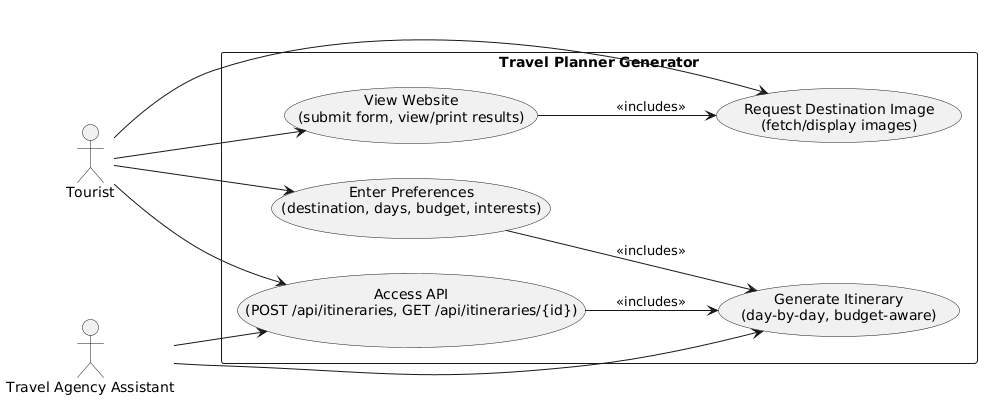
Before: Task2/uml/use_case_diagram.png, a diagram exported from PlantUML (EasonYang0618/travel-planner-generator).
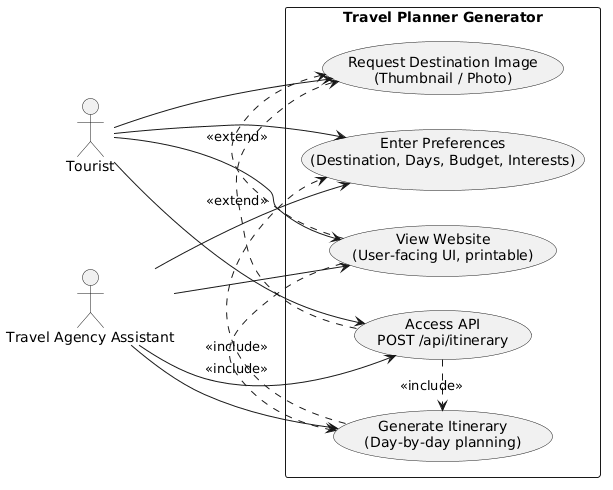
The same file after the commit.

Commit message:
Generate travel planner website

What changed in the source:
```diff
@@ -6,22 +6,26 @@
 actor "Travel Agency Assistant" as Assistant
 
 rectangle "Travel Planner Generator" {
-  usecase "Enter Preferences\n(destination, days, budget, interests)" as UC_Enter
-  usecase "Generate Itinerary\n(day-by-day, budget-aware)" as UC_Generate
-  usecase "View Website\n(submit form, view/print results)" as UC_Web
-  usecase "Request Destination Image\n(fetch/display images)" as UC_Image
-  usecase "Access API\n(POST /api/itineraries, GET /api/itineraries/{id})" as UC_API
+  usecase "Enter Preferences\n(Destination, Days, Budget, Interests)" as UC_Enter
+  usecase "Generate Itinerary\n(Day-by-day planning)" as UC_Generate
+  usecase "View Website\n(User-facing UI, printable)" as UC_View
+  usecase "Request Destination Image\n(Thumbnail / Photo)" as UC_Image
+  usecase "Access API\nPOST /api/itinerary" as UC_API
 }
 
-Tourist --> UC_Web
+Tourist --> UC_View
 Tourist --> UC_Enter
+Tourist --> UC_Image
 Tourist --> UC_API
-Tourist --> UC_Image
 
+Assistant --> UC_View
+Assistant --> UC_Enter
+Assistant --> UC_Generate
 Assistant --> UC_API
-Assistant --> UC_Generate
 
-UC_Enter --> UC_Generate : <<includes>>
-UC_API --> UC_Generate : <<includes>>
-UC_Web --> UC_Image : <<includes>>
+UC_Generate .> UC_Enter : <<include>>
+UC_View .> UC_Generate : <<include>>
+UC_API .> UC_Generate : <<include>>
+UC_View .> UC_Image : <<extend>>
+UC_API .> UC_Image : <<extend>>
 @enduml
```
